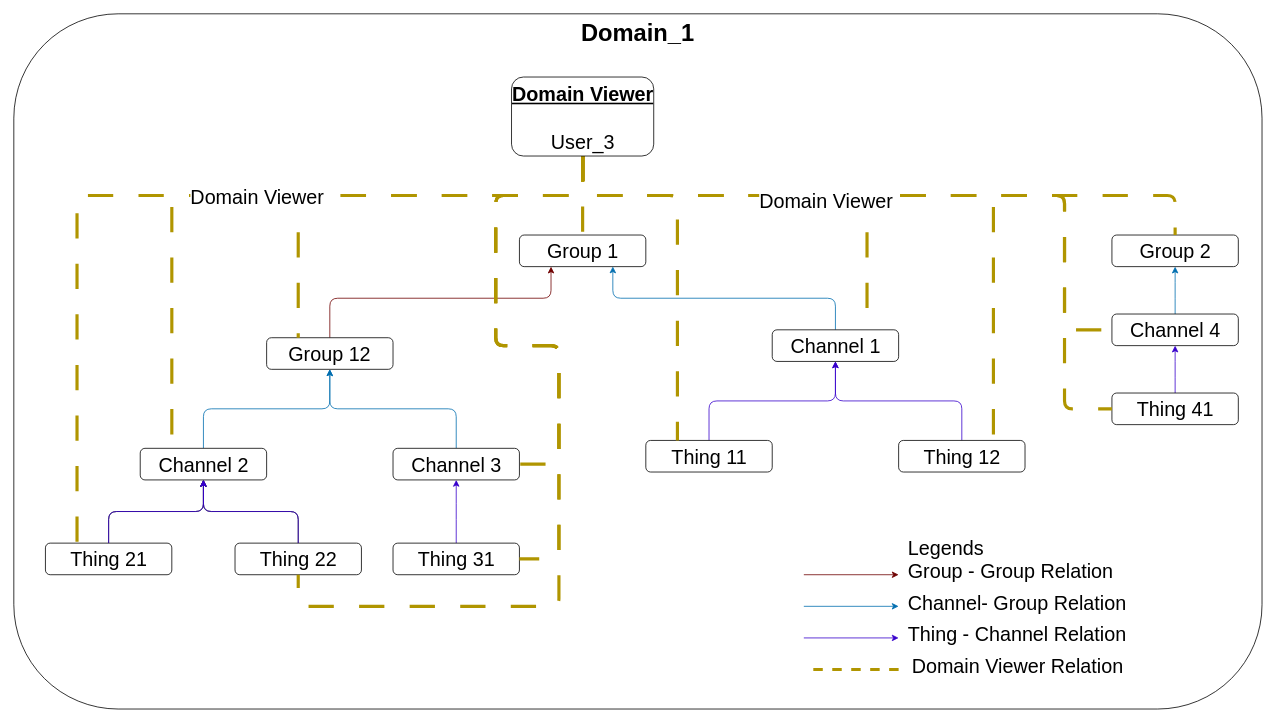
The draw.io diagram docs/diagrams/domain_users_viewer.drawio in absmach/supermq-docs, before the edit. Source tidied: cells renumbered, new cells numbered last; positions are measured from the earlier drawing's top-left corner, leaving out a move shared by most shapes. Both pictures are drawn from the tidied source at 79%, with x=0, y=0 at pixel (13, 13).
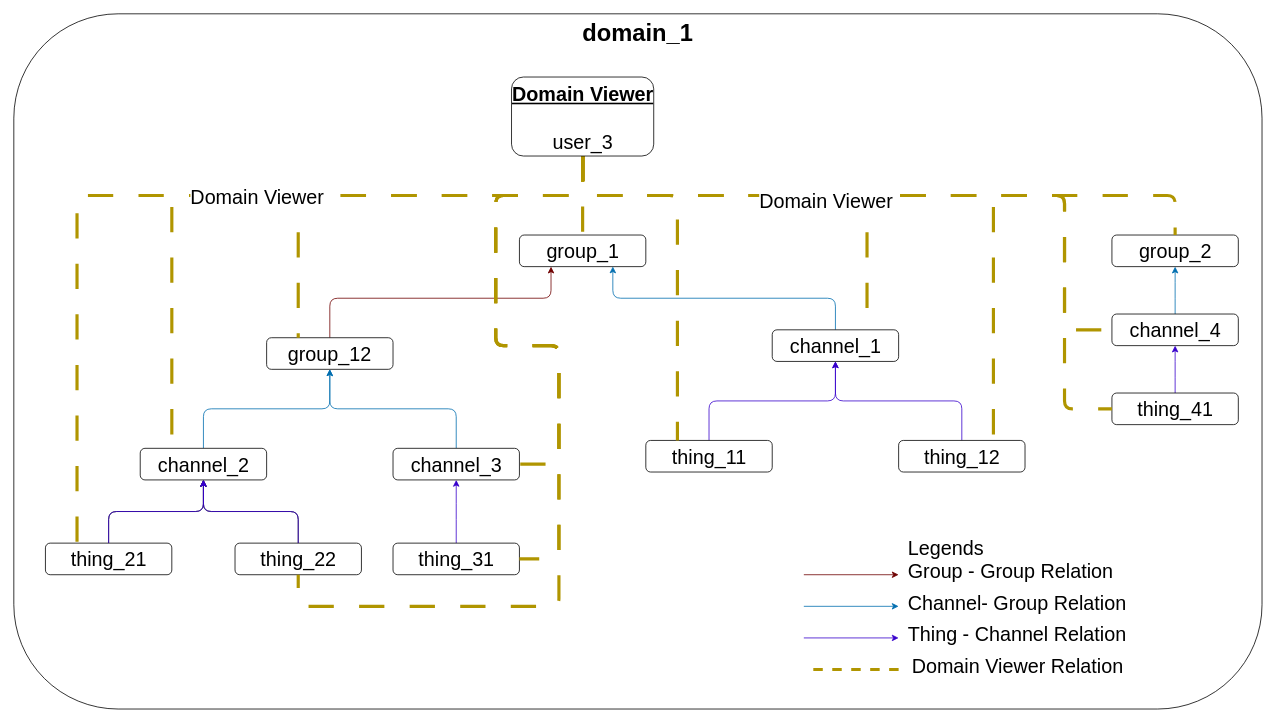
Above is the later version.

Change to the diagram source:
```diff
@@
-    <mxCell id="2" value="&lt;font style=&quot;font-size: 30px;&quot;&gt;&lt;b style=&quot;&quot;&gt;Domain_1&lt;/b&gt;&lt;/font&gt;" style="rounded=1;whiteSpace=wrap;html=1;verticalAlign=top;" parent="1" vertex="1">
+    <mxCell id="2" value="&lt;font style=&quot;font-size: 30px;&quot;&gt;&lt;b style=&quot;&quot;&gt;domain_1&lt;/b&gt;&lt;/font&gt;" style="rounded=1;whiteSpace=wrap;html=1;verticalAlign=top;" parent="1" vertex="1">
       <mxGeometry width="1580" height="880" as="geometry" />
     </mxCell>
@@
-    <mxCell id="4" value="Group 1" style="rounded=1;html=1;fontSize=25;" parent="3" vertex="1">
+    <mxCell id="4" value="group_1" style="rounded=1;html=1;fontSize=25;" parent="3" vertex="1">
       <mxGeometry x="640" y="280" width="160" height="40" as="geometry" />
     </mxCell>
@@
-    <mxCell id="6" value="Group 12" style="rounded=1;whiteSpace=wrap;html=1;fontSize=25;" parent="3" vertex="1">
+    <mxCell id="6" value="group_12" style="rounded=1;whiteSpace=wrap;html=1;fontSize=25;" parent="3" vertex="1">
       <mxGeometry x="320" y="410" width="160" height="40" as="geometry" />
     </mxCell>
@@
-    <mxCell id="8" value="Channel 2" style="rounded=1;html=1;fontSize=25;" parent="3" vertex="1">
+    <mxCell id="8" value="channel_2" style="rounded=1;html=1;fontSize=25;" parent="3" vertex="1">
       <mxGeometry x="160" y="550" width="160" height="40" as="geometry" />
     </mxCell>
@@
-    <mxCell id="10" value="Channel 3" style="rounded=1;html=1;fontSize=25;" parent="3" vertex="1">
+    <mxCell id="10" value="channel_3" style="rounded=1;html=1;fontSize=25;" parent="3" vertex="1">
       <mxGeometry x="480" y="550" width="160" height="40" as="geometry" />
     </mxCell>
@@
-    <mxCell id="12" value="Channel 1" style="rounded=1;html=1;fontSize=25;" parent="3" vertex="1">
+    <mxCell id="12" value="channel_1" style="rounded=1;html=1;fontSize=25;" parent="3" vertex="1">
       <mxGeometry x="960" y="400" width="160" height="40" as="geometry" />
     </mxCell>
@@
-    <mxCell id="14" value="Thing 11" style="rounded=1;html=1;fontSize=25;" parent="3" vertex="1">
+    <mxCell id="14" value="thing_11" style="rounded=1;html=1;fontSize=25;" parent="3" vertex="1">
       <mxGeometry x="800" y="540" width="160" height="40" as="geometry" />
     </mxCell>
@@
-    <mxCell id="16" value="Thing 12" style="rounded=1;html=1;fontSize=25;" parent="3" vertex="1">
+    <mxCell id="16" value="thing_12" style="rounded=1;html=1;fontSize=25;" parent="3" vertex="1">
       <mxGeometry x="1120" y="540" width="160" height="40" as="geometry" />
     </mxCell>
@@
-    <mxCell id="18" value="Thing 21" style="rounded=1;html=1;fontSize=25;" parent="3" vertex="1">
+    <mxCell id="18" value="thing_21" style="rounded=1;html=1;fontSize=25;" parent="3" vertex="1">
       <mxGeometry x="40" y="670" width="160" height="40" as="geometry" />
     </mxCell>
@@
-    <mxCell id="20" value="Thing 22" style="rounded=1;html=1;fontSize=25;" parent="3" vertex="1">
+    <mxCell id="20" value="thing_22" style="rounded=1;html=1;fontSize=25;" parent="3" vertex="1">
       <mxGeometry x="280" y="670" width="160" height="40" as="geometry" />
     </mxCell>
@@
-    <mxCell id="22" value="Thing 31" style="rounded=1;html=1;fontSize=25;" parent="3" vertex="1">
+    <mxCell id="22" value="thing_31" style="rounded=1;html=1;fontSize=25;" parent="3" vertex="1">
       <mxGeometry x="480" y="670" width="160" height="40" as="geometry" />
     </mxCell>
@@
-    <mxCell id="25" value="Group 2" style="rounded=1;html=1;fontSize=25;" parent="3" vertex="1">
+    <mxCell id="25" value="group_2" style="rounded=1;html=1;fontSize=25;" parent="3" vertex="1">
       <mxGeometry x="1390" y="280" width="160" height="40" as="geometry" />
     </mxCell>
@@
-    <mxCell id="27" value="Channel 4" style="rounded=1;html=1;fontSize=25;" parent="3" vertex="1">
+    <mxCell id="27" value="channel_4" style="rounded=1;html=1;fontSize=25;" parent="3" vertex="1">
       <mxGeometry x="1390" y="380" width="160" height="40" as="geometry" />
     </mxCell>
@@
-    <mxCell id="29" value="Thing 41" style="rounded=1;html=1;fontSize=25;" parent="3" vertex="1">
+    <mxCell id="29" value="thing_41" style="rounded=1;html=1;fontSize=25;" parent="3" vertex="1">
       <mxGeometry x="1390" y="480" width="160" height="40" as="geometry" />
     </mxCell>
@@
-    <mxCell id="46" value="&lt;font style=&quot;font-size: 25px;&quot;&gt;&lt;b&gt;&lt;u&gt;Domain Viewer&lt;/u&gt;&lt;/b&gt;&lt;br&gt;&lt;br&gt;User_3&lt;/font&gt;" style="rounded=1;html=1;fontSize=25;verticalAlign=top;" parent="30" vertex="1">
+    <mxCell id="46" value="&lt;font style=&quot;font-size: 25px;&quot;&gt;&lt;b&gt;&lt;u&gt;Domain Viewer&lt;/u&gt;&lt;/b&gt;&lt;br&gt;&lt;br&gt;user_3&lt;/font&gt;" style="rounded=1;html=1;fontSize=25;verticalAlign=top;" parent="30" vertex="1">
       <mxGeometry x="630" y="80" width="180" height="100" as="geometry" />
     </mxCell>
```
